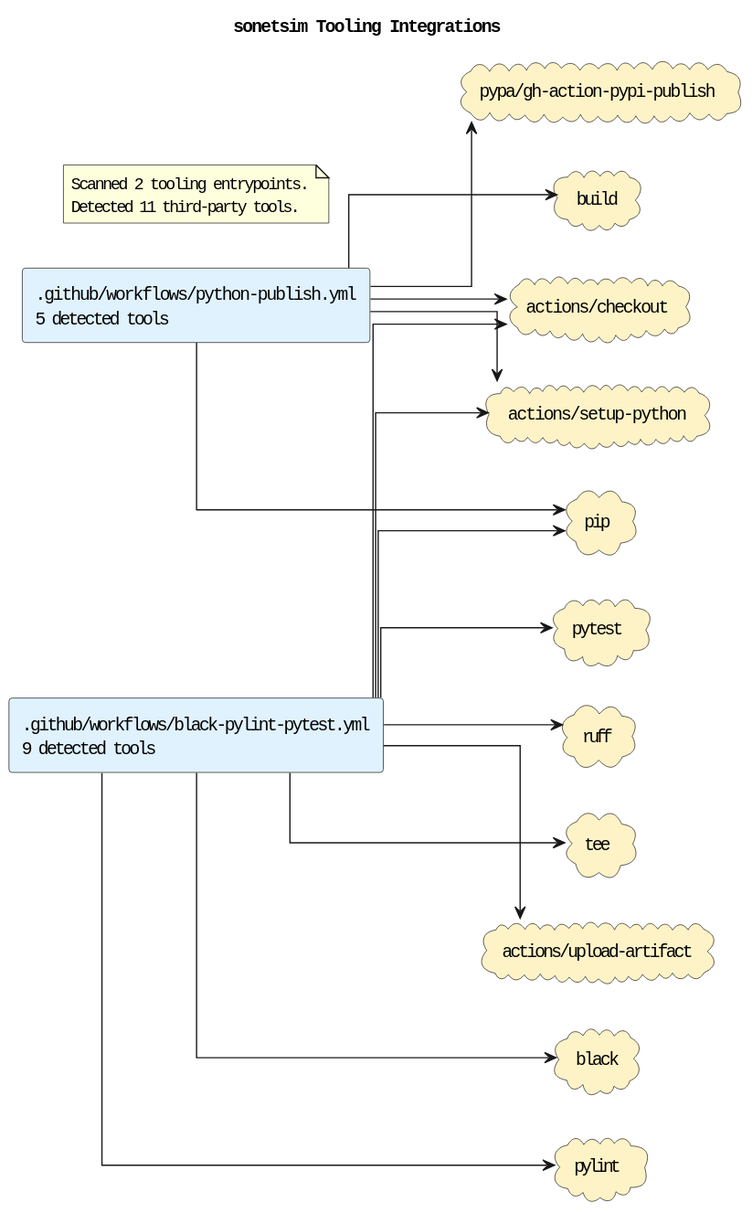
Earlier version of the PlantUML export docs/diagrams/tooling-integrations.puml.svg (casonk/sonetsim). Its diagram source:
```plantuml
@startuml
title sonetsim Tooling Integrations
left to right direction
skinparam shadowing false
skinparam defaultFontName Monospace
skinparam componentStyle rectangle
skinparam linetype ortho
rectangle ".github/workflows/black-pylint-pytest.yml\n9 detected tools" as source_github_workflows_black_pylint_pytest_yml #E0F2FE
rectangle ".github/workflows/python-publish.yml\n5 detected tools" as source_github_workflows_python_publish_yml #E0F2FE
cloud "actions/checkout" as tool_actions_checkout #FEF3C7
cloud "actions/setup-python" as tool_actions_setup_python #FEF3C7
cloud "actions/upload-artifact" as tool_actions_upload_artifact #FEF3C7
cloud "black" as tool_black #FEF3C7
cloud "build" as tool_build #FEF3C7
cloud "pip" as tool_pip #FEF3C7
cloud "pylint" as tool_pylint #FEF3C7
cloud "pypa/gh-action-pypi-publish" as tool_pypa_gh_action_pypi_publish #FEF3C7
cloud "pytest" as tool_pytest #FEF3C7
cloud "ruff" as tool_ruff #FEF3C7
cloud "tee" as tool_tee #FEF3C7
source_github_workflows_black_pylint_pytest_yml --> tool_actions_checkout
source_github_workflows_black_pylint_pytest_yml --> tool_actions_setup_python
source_github_workflows_black_pylint_pytest_yml --> tool_actions_upload_artifact
source_github_workflows_black_pylint_pytest_yml --> tool_black
source_github_workflows_black_pylint_pytest_yml --> tool_pip
source_github_workflows_black_pylint_pytest_yml --> tool_pylint
source_github_workflows_black_pylint_pytest_yml --> tool_pytest
source_github_workflows_black_pylint_pytest_yml --> tool_ruff
source_github_workflows_black_pylint_pytest_yml --> tool_tee
source_github_workflows_python_publish_yml --> tool_actions_checkout
source_github_workflows_python_publish_yml --> tool_actions_setup_python
source_github_workflows_python_publish_yml --> tool_build
source_github_workflows_python_publish_yml --> tool_pip
source_github_workflows_python_publish_yml --> tool_pypa_gh_action_pypi_publish
note as toolingGraphSummary
Scanned 2 tooling entrypoints.
Detected 11 third-party tools.
end note
@enduml
```
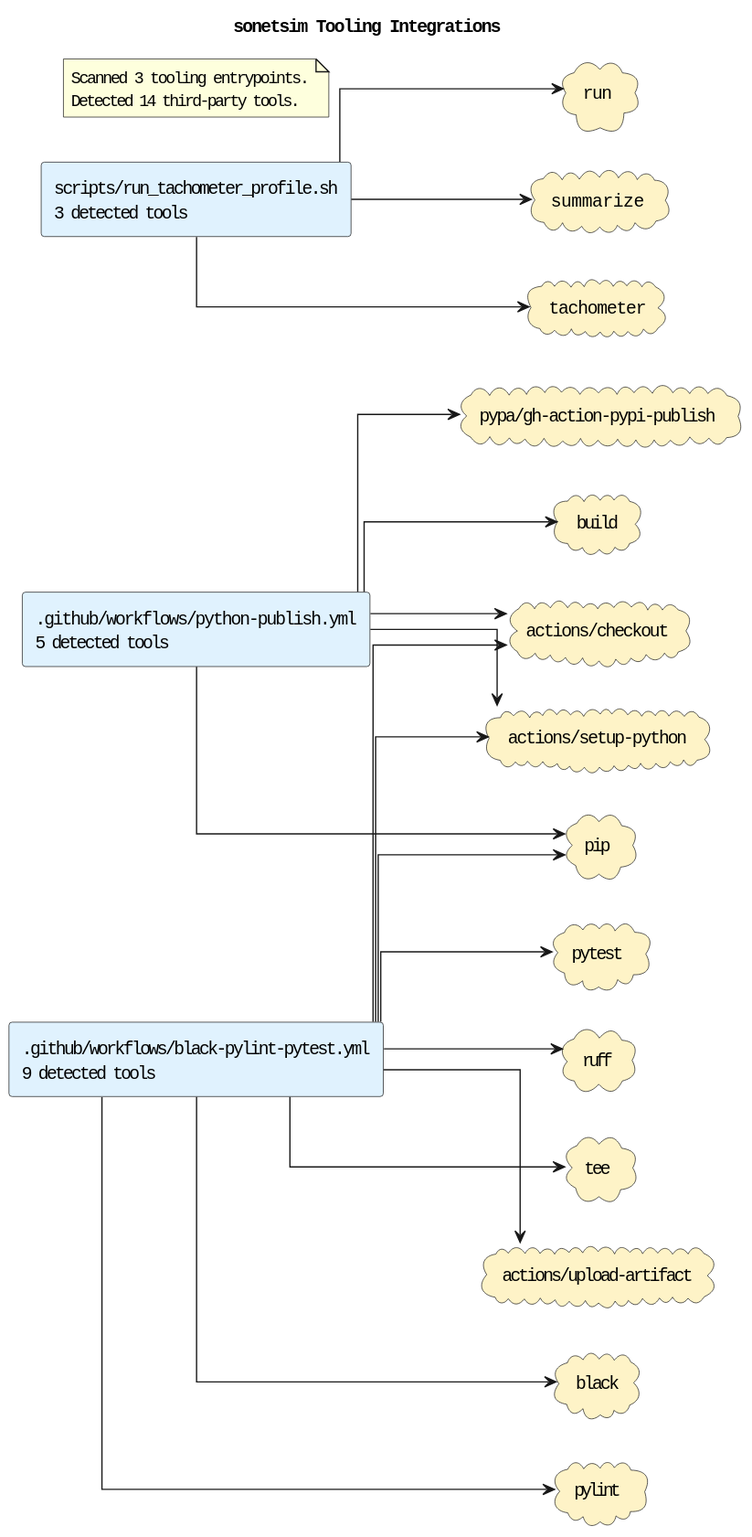
The same diagram one commit later.

Commit message:
docs: refresh tooling integration diagrams

What changed in the source:
```diff
@@ -7,6 +7,7 @@
 skinparam linetype ortho
 rectangle ".github/workflows/black-pylint-pytest.yml\n9 detected tools" as source_github_workflows_black_pylint_pytest_yml #E0F2FE
 rectangle ".github/workflows/python-publish.yml\n5 detected tools" as source_github_workflows_python_publish_yml #E0F2FE
+rectangle "scripts/run_tachometer_profile.sh\n3 detected tools" as source_scripts_run_tachometer_profile_sh #E0F2FE
 cloud "actions/checkout" as tool_actions_checkout #FEF3C7
 cloud "actions/setup-python" as tool_actions_setup_python #FEF3C7
 cloud "actions/upload-artifact" as tool_actions_upload_artifact #FEF3C7
@@ -17,6 +18,9 @@
 cloud "pypa/gh-action-pypi-publish" as tool_pypa_gh_action_pypi_publish #FEF3C7
 cloud "pytest" as tool_pytest #FEF3C7
 cloud "ruff" as tool_ruff #FEF3C7
+cloud "run" as tool_run #FEF3C7
+cloud "summarize" as tool_summarize #FEF3C7
+cloud "tachometer" as tool_tachometer #FEF3C7
 cloud "tee" as tool_tee #FEF3C7
 source_github_workflows_black_pylint_pytest_yml --> tool_actions_checkout
 source_github_workflows_black_pylint_pytest_yml --> tool_actions_setup_python
@@ -32,8 +36,11 @@
 source_github_workflows_python_publish_yml --> tool_build
 source_github_workflows_python_publish_yml --> tool_pip
 source_github_workflows_python_publish_yml --> tool_pypa_gh_action_pypi_publish
+source_scripts_run_tachometer_profile_sh --> tool_run
+source_scripts_run_tachometer_profile_sh --> tool_summarize
+source_scripts_run_tachometer_profile_sh --> tool_tachometer
 note as toolingGraphSummary
-Scanned 2 tooling entrypoints.
-Detected 11 third-party tools.
+Scanned 3 tooling entrypoints.
+Detected 14 third-party tools.
 end note
 @enduml
```
